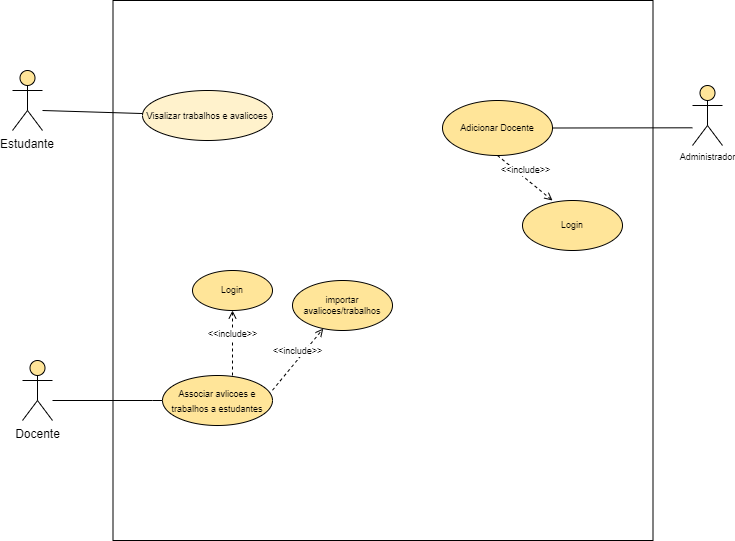
Before: Casos de Uso.drawio.png, a diagram exported from draw.io (CornelioPedro/TFC-Vrsion). Source tidied: cells renumbered, new cells last; positions are measured from the earlier drawing's top-left corner, leaving out a move shared by most shapes. Source of this version:
```xml
<mxGraphModel>
  <root>
    <mxCell id="0" />
    <mxCell id="1" parent="0" />
    <mxCell id="2" value="Estudante" style="shape=umlActor;verticalLabelPosition=bottom;verticalAlign=top;strokeColor=#000000;labelBackgroundColor=none;labelBorderColor=none;fillColor=#FFE599;" parent="1" vertex="1">
      <mxGeometry y="70" width="30" height="60" as="geometry" />
    </mxCell>
    <mxCell id="3" style="whiteSpace=wrap;html=1;" parent="1" vertex="1">
      <mxGeometry x="100.5" width="540" height="540" as="geometry" />
    </mxCell>
    <mxCell id="4" value="&lt;span&gt;&lt;font style=&quot;font-size: 9px&quot;&gt;Visalizar trabalhos e avalicoes&lt;/font&gt;&lt;/span&gt;" style="ellipse;whiteSpace=wrap;html=1;fillColor=#fff2cc;strokeColor=#000000;fontStyle=0;" parent="1" vertex="1">
      <mxGeometry x="130" y="90" width="130" height="50" as="geometry" />
    </mxCell>
    <mxCell id="5" style="endArrow=none;html=1;rounded=0;" parent="1" edge="1" target="4">
      <mxGeometry relative="1" as="geometry">
        <mxPoint x="30" y="110" as="sourcePoint" />
      </mxGeometry>
    </mxCell>
    <mxCell id="6" value="Docente" style="shape=umlActor;verticalLabelPosition=bottom;verticalAlign=top;html=1;labelBackgroundColor=none;labelBorderColor=none;strokeColor=#000000;fillColor=#FFE599;" parent="1" vertex="1">
      <mxGeometry x="10" y="360" width="30" height="60" as="geometry" />
    </mxCell>
    <mxCell id="7" style="endArrow=none;html=1;edgeStyle=orthogonalEdgeStyle;rounded=0;" parent="1" edge="1" target="8">
      <mxGeometry relative="1" as="geometry">
        <mxPoint x="40" y="400" as="sourcePoint" />
        <Array as="points">
          <mxPoint x="140" y="400" />
          <mxPoint x="140" y="400" />
        </Array>
      </mxGeometry>
    </mxCell>
    <mxCell id="8" value="&lt;font style=&quot;font-size: 9px&quot;&gt;&lt;span&gt;Associar avlicoes e trabalhos a estudantes&lt;/span&gt;&lt;/font&gt;" style="ellipse;whiteSpace=wrap;html=1;align=center;labelBackgroundColor=none;labelBorderColor=none;strokeColor=#000000;fillColor=#FFE599;fontStyle=0;" parent="1" vertex="1">
      <mxGeometry x="150" y="375" width="110" height="50" as="geometry" />
    </mxCell>
    <mxCell id="9" value="&amp;lt;&amp;lt;include&amp;gt;&amp;gt;" style="html=1;verticalAlign=bottom;endArrow=open;dashed=1;rounded=1;fontSize=9;jumpStyle=gap;" parent="1" edge="1" target="11">
      <mxGeometry relative="1" as="geometry">
        <mxPoint x="220" y="375" as="sourcePoint" />
      </mxGeometry>
    </mxCell>
    <mxCell id="10" value="&amp;lt;&amp;lt;include&amp;gt;&amp;gt;" style="html=1;verticalAlign=bottom;endArrow=open;dashed=1;rounded=0;fontSize=9;" parent="1" edge="1" target="12">
      <mxGeometry relative="1" as="geometry">
        <mxPoint x="260" y="389.7" as="sourcePoint" />
      </mxGeometry>
    </mxCell>
    <mxCell id="11" value="Login" style="ellipse;whiteSpace=wrap;html=1;labelBackgroundColor=none;labelBorderColor=none;fontSize=9;strokeColor=#000000;fillColor=#FFE599;" parent="1" vertex="1">
      <mxGeometry x="180" y="270" width="80" height="40" as="geometry" />
    </mxCell>
    <mxCell id="12" value="importar avalicoes/trabalhos" style="ellipse;whiteSpace=wrap;html=1;labelBackgroundColor=none;labelBorderColor=none;fontSize=9;strokeColor=#000000;fillColor=#FFE599;" parent="1" vertex="1">
      <mxGeometry x="280" y="280" width="100" height="50" as="geometry" />
    </mxCell>
    <mxCell id="13" value="Administrador" style="shape=umlActor;verticalLabelPosition=bottom;verticalAlign=top;html=1;labelBackgroundColor=none;labelBorderColor=none;fontSize=9;strokeColor=#000000;fillColor=#FFE599;" parent="1" vertex="1">
      <mxGeometry x="680" y="85" width="30" height="60" as="geometry" />
    </mxCell>
    <mxCell id="14" value="Adicionar Docente" style="ellipse;whiteSpace=wrap;html=1;labelBackgroundColor=none;labelBorderColor=none;fontSize=9;strokeColor=#000000;fillColor=#FFE599;" parent="1" vertex="1">
      <mxGeometry x="430" y="100" width="110" height="55" as="geometry" />
    </mxCell>
    <mxCell id="15" style="endArrow=none;html=1;edgeStyle=orthogonalEdgeStyle;rounded=1;fontSize=9;jumpStyle=gap;entryX=1;entryY=0.5;entryDx=0;entryDy=0;" parent="1" edge="1" target="14">
      <mxGeometry relative="1" as="geometry">
        <mxPoint x="680" y="127.3" as="sourcePoint" />
      </mxGeometry>
    </mxCell>
    <mxCell id="16" value="&amp;lt;&amp;lt;include&amp;gt;&amp;gt;" style="html=1;verticalAlign=bottom;endArrow=open;dashed=1;rounded=0;fontSize=9;exitX=0.5;exitY=1;exitDx=0;exitDy=0;" parent="1" edge="1" source="14">
      <mxGeometry relative="1" as="geometry">
        <mxPoint x="540" y="200" as="targetPoint" />
      </mxGeometry>
    </mxCell>
    <mxCell id="17" value="Login" style="ellipse;whiteSpace=wrap;html=1;labelBackgroundColor=none;labelBorderColor=none;fontSize=9;strokeColor=#000000;fillColor=#FFE599;" parent="1" vertex="1">
      <mxGeometry x="510" y="200" width="100" height="50" as="geometry" />
    </mxCell>
  </root>
</mxGraphModel>
```
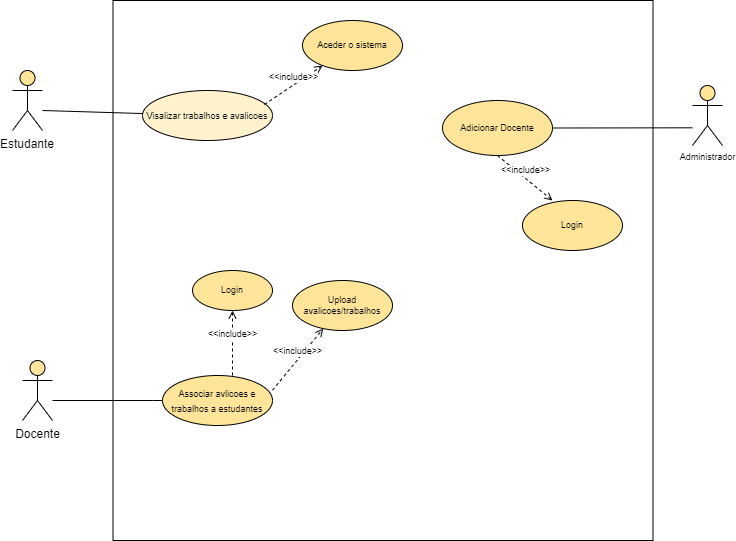
The same file after the commit.

Diff of the diagram source:
```diff
@@ -44,7 +44,7 @@
     <mxCell id="11" value="Login" style="ellipse;whiteSpace=wrap;html=1;labelBackgroundColor=none;labelBorderColor=none;fontSize=9;strokeColor=#000000;fillColor=#FFE599;" parent="1" vertex="1">
       <mxGeometry x="180" y="270" width="80" height="40" as="geometry" />
     </mxCell>
-    <mxCell id="12" value="importar avalicoes/trabalhos" style="ellipse;whiteSpace=wrap;html=1;labelBackgroundColor=none;labelBorderColor=none;fontSize=9;strokeColor=#000000;fillColor=#FFE599;" parent="1" vertex="1">
+    <mxCell id="12" value="Upload avalicoes/trabalhos" style="ellipse;whiteSpace=wrap;html=1;labelBackgroundColor=none;labelBorderColor=none;fontSize=9;strokeColor=#000000;fillColor=#FFE599;" parent="1" vertex="1">
       <mxGeometry x="280" y="280" width="100" height="50" as="geometry" />
     </mxCell>
     <mxCell id="13" value="Administrador" style="shape=umlActor;verticalLabelPosition=bottom;verticalAlign=top;html=1;labelBackgroundColor=none;labelBorderColor=none;fontSize=9;strokeColor=#000000;fillColor=#FFE599;" parent="1" vertex="1">
@@ -66,5 +66,11 @@
     <mxCell id="17" value="Login" style="ellipse;whiteSpace=wrap;html=1;labelBackgroundColor=none;labelBorderColor=none;fontSize=9;strokeColor=#000000;fillColor=#FFE599;" parent="1" vertex="1">
       <mxGeometry x="510" y="200" width="100" height="50" as="geometry" />
     </mxCell>
+    <mxCell id="18" value="Aceder o sistema" style="ellipse;whiteSpace=wrap;html=1;labelBackgroundColor=none;labelBorderColor=none;fontSize=9;strokeColor=#000000;fillColor=#FFE599;" parent="1" vertex="1">
+      <mxGeometry x="290" y="20" width="100" height="50" as="geometry" />
+    </mxCell>
+    <mxCell id="19" value="&amp;lt;&amp;lt;include&amp;gt;&amp;gt;" style="html=1;verticalAlign=bottom;endArrow=open;dashed=1;rounded=0;fontSize=9;exitX=0.938;exitY=0.28;exitDx=0;exitDy=0;exitPerimeter=0;" parent="1" edge="1" source="4" target="18">
+      <mxGeometry relative="1" as="geometry" />
+    </mxCell>
   </root>
 </mxGraphModel>
```
